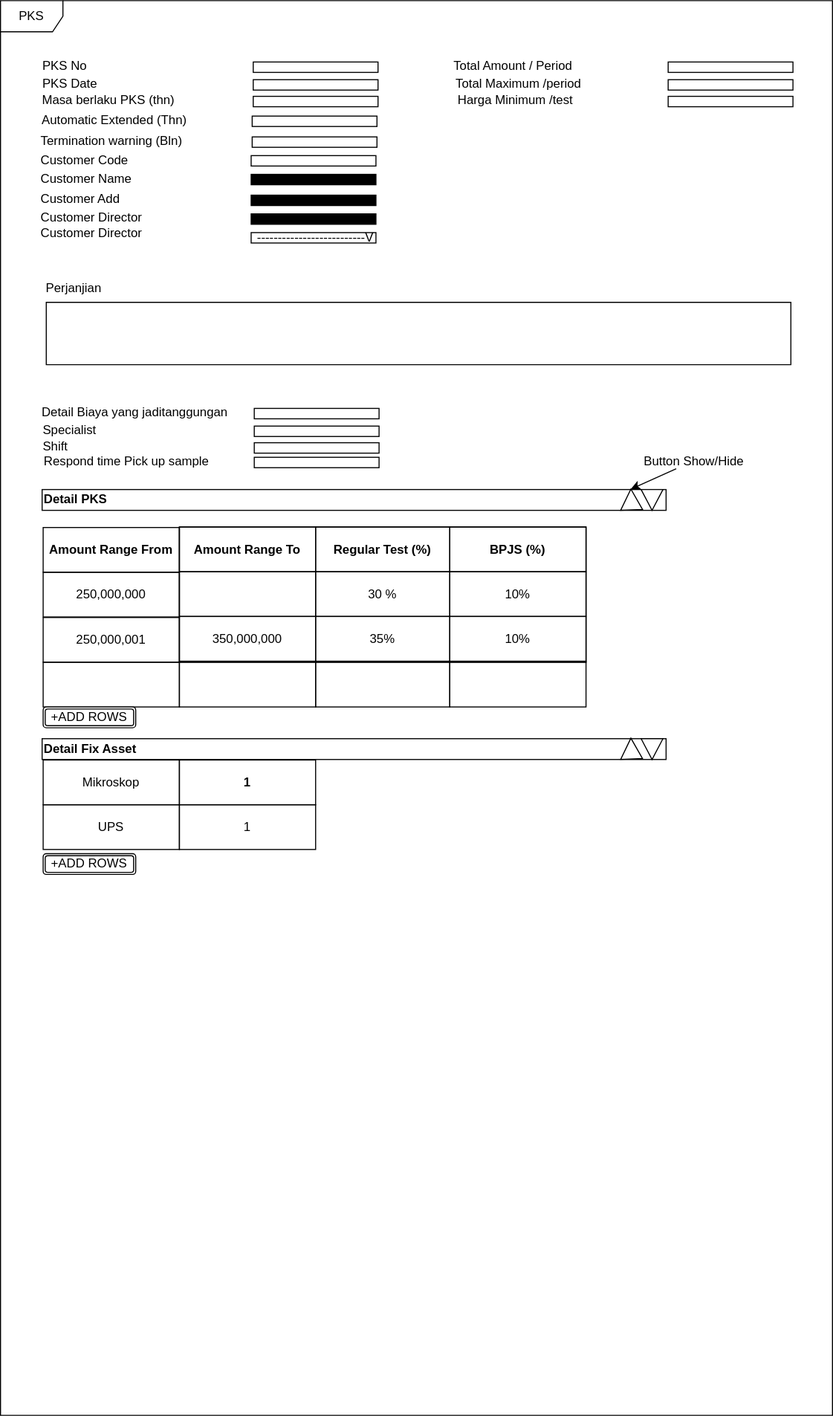
Above: pattern/FSD.svg in riduan-risandi/inno_collection_diagram (draw.io), before the change. Source tidied: cells renumbered, new cells last; positions are measured from the earlier drawing's top-left corner, leaving out a move shared by most shapes.
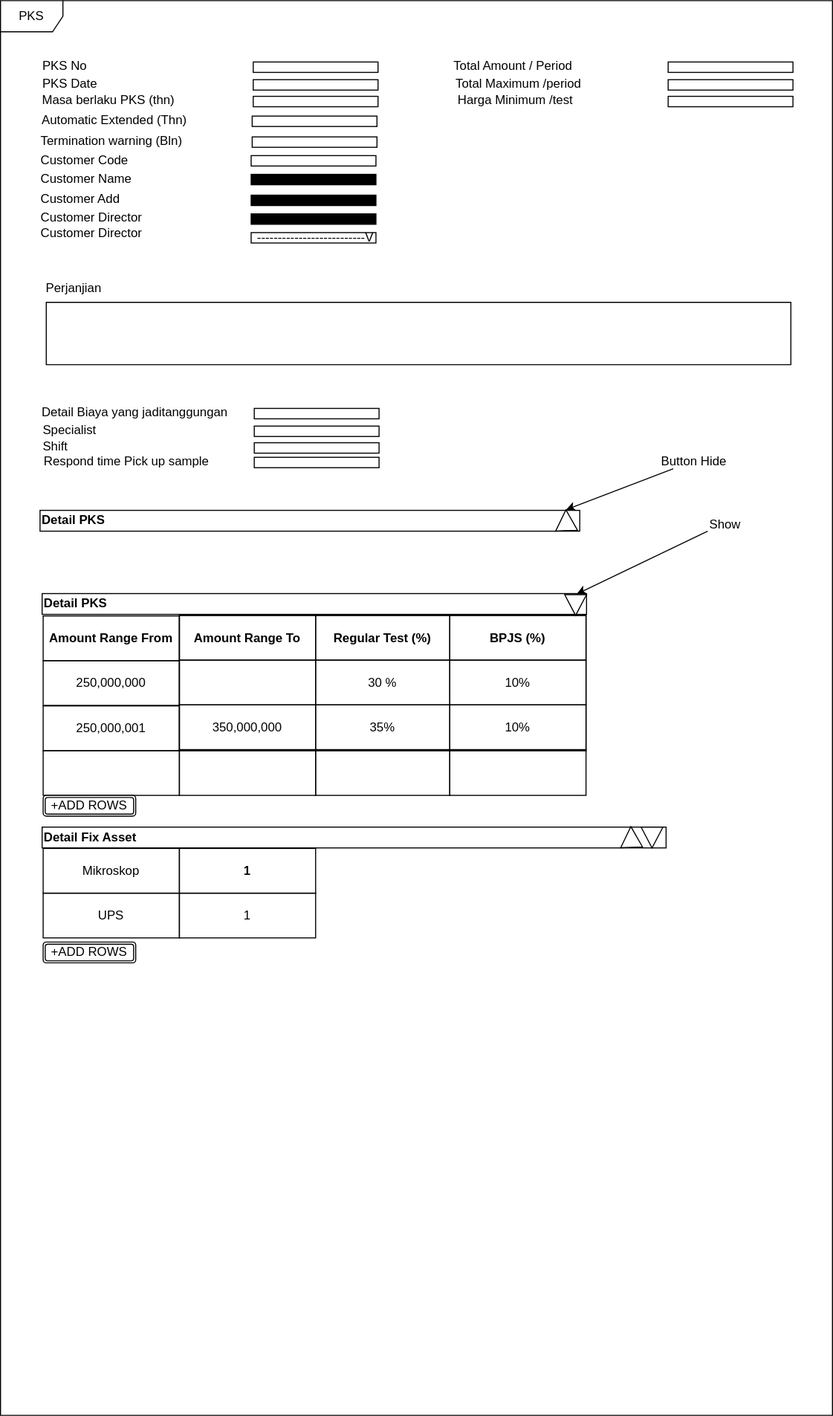
Above is the later version.

The edit, as a diff of the source:
```diff
@@ -2,6 +2,9 @@
   <root>
     <mxCell id="0" />
     <mxCell id="1" parent="0" />
+    <mxCell id="74" value="&lt;div align=&quot;left&quot;&gt;&lt;b&gt;Detail PKS&lt;br&gt;&lt;/b&gt;&lt;/div&gt;" style="rounded=0;whiteSpace=wrap;html=1;align=left;" parent="1" vertex="1">
+      <mxGeometry x="38" y="490" width="519" height="20" as="geometry" />
+    </mxCell>
     <mxCell id="2" value="PKS" style="shape=umlFrame;whiteSpace=wrap;html=1;" parent="1" vertex="1">
       <mxGeometry width="800" height="1360" as="geometry" />
     </mxCell>
@@ -114,22 +117,22 @@
       <mxGeometry x="244" y="439" width="120" height="10" as="geometry" />
     </mxCell>
     <mxCell id="39" value="&lt;div align=&quot;left&quot;&gt;&lt;b&gt;Detail PKS&lt;br&gt;&lt;/b&gt;&lt;/div&gt;" style="rounded=0;whiteSpace=wrap;html=1;align=left;" parent="1" vertex="1">
-      <mxGeometry x="40" y="470" width="600" height="20" as="geometry" />
+      <mxGeometry x="40" y="570" width="523.5" height="20" as="geometry" />
     </mxCell>
     <mxCell id="40" style="triangle;whiteSpace=wrap;html=1;rotation=90;" parent="1" vertex="1">
-      <mxGeometry x="616.5" y="469.5" width="20" height="21" as="geometry" />
+      <mxGeometry x="543" y="570.5" width="20" height="21" as="geometry" />
     </mxCell>
     <mxCell id="41" style="triangle;whiteSpace=wrap;html=1;rotation=-92;" parent="1" vertex="1">
-      <mxGeometry x="596.5" y="469" width="20" height="21" as="geometry" />
+      <mxGeometry x="534" y="489" width="20" height="21" as="geometry" />
     </mxCell>
-    <mxCell id="42" value="Button Show/Hide" style="text;html=1;strokeColor=none;fillColor=none;align=center;verticalAlign=middle;whiteSpace=wrap;rounded=0;" parent="1" vertex="1">
+    <mxCell id="42" value="Button Hide" style="text;html=1;strokeColor=none;fillColor=none;align=center;verticalAlign=middle;whiteSpace=wrap;rounded=0;" parent="1" vertex="1">
       <mxGeometry x="596.5" y="435" width="140" height="15" as="geometry" />
     </mxCell>
     <mxCell id="43" style="endArrow=classic;html=1;rounded=0;entryX=1;entryY=0.5;entryDx=0;entryDy=0;" parent="1" edge="1" source="42" target="41">
       <mxGeometry relative="1" as="geometry" />
     </mxCell>
     <mxCell id="44" style="shadow=0;fillColor=none;" parent="1" vertex="1">
-      <mxGeometry x="172" y="506" width="391" height="130" as="geometry" />
+      <mxGeometry x="172" y="591" width="391" height="130" as="geometry" />
     </mxCell>
     <mxCell id="45" style="shape=tableRow;horizontal=0;startSize=0;swimlaneHead=0;swimlaneBody=0;top=0;left=0;bottom=0;right=0;fontStyle=0;fillColor=none;strokeColor=inherit;" parent="44" vertex="1">
       <mxGeometry width="391" height="43" as="geometry" />
@@ -168,55 +171,63 @@
       <mxGeometry x="260" width="131" height="44" as="geometry" />
     </mxCell>
     <mxCell id="57" value="&lt;b&gt;Amount Range From&lt;br&gt;&lt;/b&gt;" style="strokeColor=inherit;fillColor=none;align=center;whiteSpace=wrap;html=1;" parent="1" vertex="1">
-      <mxGeometry x="41" y="506.5" width="131" height="43" as="geometry" />
+      <mxGeometry x="41" y="591.5" width="131" height="43" as="geometry" />
     </mxCell>
     <mxCell id="58" value="250,000,000" style="strokeColor=inherit;fillColor=none;align=center;whiteSpace=wrap;html=1;" parent="1" vertex="1">
-      <mxGeometry x="41" y="549.5" width="131" height="43" as="geometry" />
+      <mxGeometry x="41" y="634.5" width="131" height="43" as="geometry" />
     </mxCell>
     <mxCell id="59" value="250,000,001" style="strokeColor=inherit;fillColor=none;align=center;whiteSpace=wrap;html=1;" parent="1" vertex="1">
-      <mxGeometry x="41" y="593" width="131" height="43" as="geometry" />
+      <mxGeometry x="41" y="678" width="131" height="43" as="geometry" />
     </mxCell>
     <mxCell id="60" style="strokeColor=inherit;fillColor=none;align=center;whiteSpace=wrap;html=1;" parent="1" vertex="1">
-      <mxGeometry x="172" y="635" width="131" height="44" as="geometry" />
+      <mxGeometry x="172" y="720" width="131" height="44" as="geometry" />
     </mxCell>
     <mxCell id="61" style="strokeColor=inherit;fillColor=none;align=center;whiteSpace=wrap;html=1;" parent="1" vertex="1">
-      <mxGeometry x="303" y="635" width="129" height="44" as="geometry" />
+      <mxGeometry x="303" y="720" width="129" height="44" as="geometry" />
     </mxCell>
     <mxCell id="62" style="strokeColor=inherit;fillColor=none;align=center;whiteSpace=wrap;html=1;" parent="1" vertex="1">
-      <mxGeometry x="432" y="635" width="131" height="44" as="geometry" />
+      <mxGeometry x="432" y="720" width="131" height="44" as="geometry" />
     </mxCell>
     <mxCell id="63" style="strokeColor=inherit;fillColor=none;align=center;whiteSpace=wrap;html=1;" parent="1" vertex="1">
-      <mxGeometry x="41" y="636" width="131" height="43" as="geometry" />
+      <mxGeometry x="41" y="721" width="131" height="43" as="geometry" />
     </mxCell>
     <mxCell id="64" value="+ADD ROWS" style="shape=ext;double=1;rounded=1;whiteSpace=wrap;html=1;" parent="1" vertex="1">
-      <mxGeometry x="41" y="679" width="89" height="20" as="geometry" />
+      <mxGeometry x="41" y="764" width="89" height="20" as="geometry" />
     </mxCell>
     <mxCell id="65" style="shape=partialRectangle;html=1;whiteSpace=wrap;strokeColor=inherit;overflow=hidden;fillColor=none;top=0;left=0;bottom=0;right=0;fontSize=16;" parent="1" vertex="1">
       <mxGeometry x="727.5" y="700" width="60" height="40" as="geometry" />
     </mxCell>
     <mxCell id="66" value="+ADD ROWS" style="shape=ext;double=1;rounded=1;whiteSpace=wrap;html=1;" parent="1" vertex="1">
-      <mxGeometry x="41" y="820" width="89" height="20" as="geometry" />
+      <mxGeometry x="41" y="905" width="89" height="20" as="geometry" />
     </mxCell>
     <mxCell id="67" value="Mikroskop" style="strokeColor=inherit;fillColor=none;align=center;whiteSpace=wrap;html=1;" parent="1" vertex="1">
-      <mxGeometry x="41" y="730" width="131" height="43" as="geometry" />
+      <mxGeometry x="41" y="815" width="131" height="43" as="geometry" />
     </mxCell>
     <mxCell id="68" value="UPS" style="strokeColor=inherit;fillColor=none;align=center;whiteSpace=wrap;html=1;" parent="1" vertex="1">
-      <mxGeometry x="41" y="773" width="131" height="43" as="geometry" />
+      <mxGeometry x="41" y="858" width="131" height="43" as="geometry" />
     </mxCell>
     <mxCell id="69" value="&lt;b&gt;1&lt;br&gt;&lt;/b&gt;" style="strokeColor=inherit;fillColor=none;align=center;whiteSpace=wrap;html=1;" parent="1" vertex="1">
-      <mxGeometry x="172" y="730" width="131" height="43" as="geometry" />
+      <mxGeometry x="172" y="815" width="131" height="43" as="geometry" />
     </mxCell>
     <mxCell id="70" value="1" style="strokeColor=inherit;fillColor=none;align=center;whiteSpace=wrap;html=1;" parent="1" vertex="1">
-      <mxGeometry x="172" y="773" width="131" height="43" as="geometry" />
+      <mxGeometry x="172" y="858" width="131" height="43" as="geometry" />
     </mxCell>
     <mxCell id="71" value="&lt;div align=&quot;left&quot;&gt;&lt;p&gt;&lt;b&gt;Detail Fix Asset&lt;/b&gt;&lt;/p&gt;&lt;/div&gt;" style="rounded=0;whiteSpace=wrap;html=1;align=left;" parent="1" vertex="1">
-      <mxGeometry x="40" y="709.5" width="600" height="20" as="geometry" />
+      <mxGeometry x="40" y="794.5" width="600" height="20" as="geometry" />
     </mxCell>
     <mxCell id="72" style="triangle;whiteSpace=wrap;html=1;rotation=90;" parent="1" vertex="1">
-      <mxGeometry x="616.5" y="709" width="20" height="21" as="geometry" />
+      <mxGeometry x="616.5" y="794" width="20" height="21" as="geometry" />
     </mxCell>
     <mxCell id="73" style="triangle;whiteSpace=wrap;html=1;rotation=-92;" parent="1" vertex="1">
-      <mxGeometry x="596.5" y="708.5" width="20" height="21" as="geometry" />
+      <mxGeometry x="596.5" y="793.5" width="20" height="21" as="geometry" />
     </mxCell>
+    <mxCell id="75" value="Show" style="text;whiteSpace=wrap;html=1;" parent="1" vertex="1">
+      <mxGeometry x="680" y="490" width="60" height="40" as="geometry" />
+    </mxCell>
+    <mxCell id="76" style="endArrow=classic;html=1;rounded=0;entryX=1;entryY=0.5;entryDx=0;entryDy=0;exitX=0;exitY=0.5;exitDx=0;exitDy=0;" parent="1" edge="1" source="75">
+      <mxGeometry relative="1" as="geometry">
+        <mxPoint x="554" y="570.5" as="targetPoint" />
+      </mxGeometry>
+    </mxCell>
   </root>
 </mxGraphModel>
```
